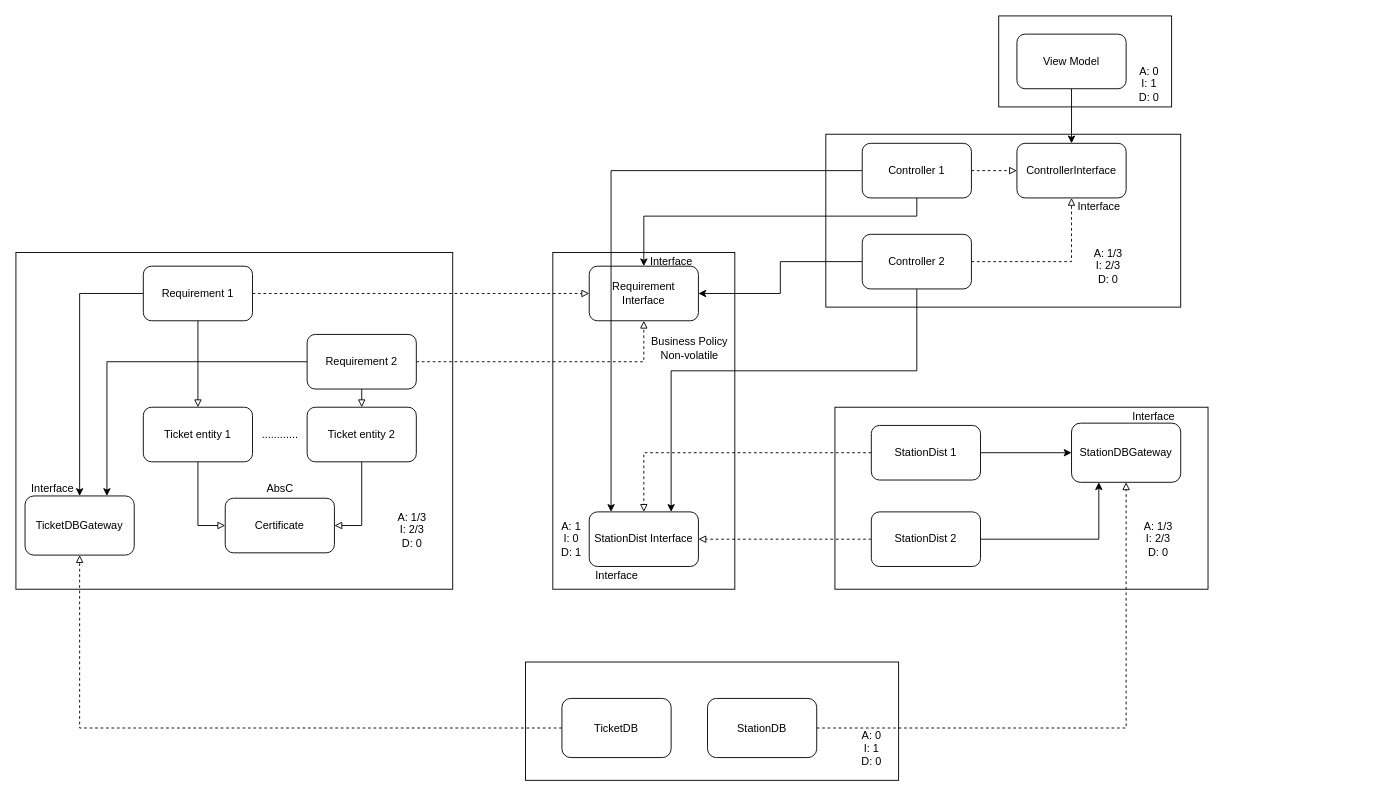
Above: AFC.drawio in piapip/clean-architecture (draw.io), before the change. Source tidied: cells renumbered, new cells numbered last; positions are measured from the earlier drawing's top-left corner, leaving out a move shared by most shapes. Both pictures are drawn from the tidied source at 91%, with x=0, y=0 at pixel (15, 15).
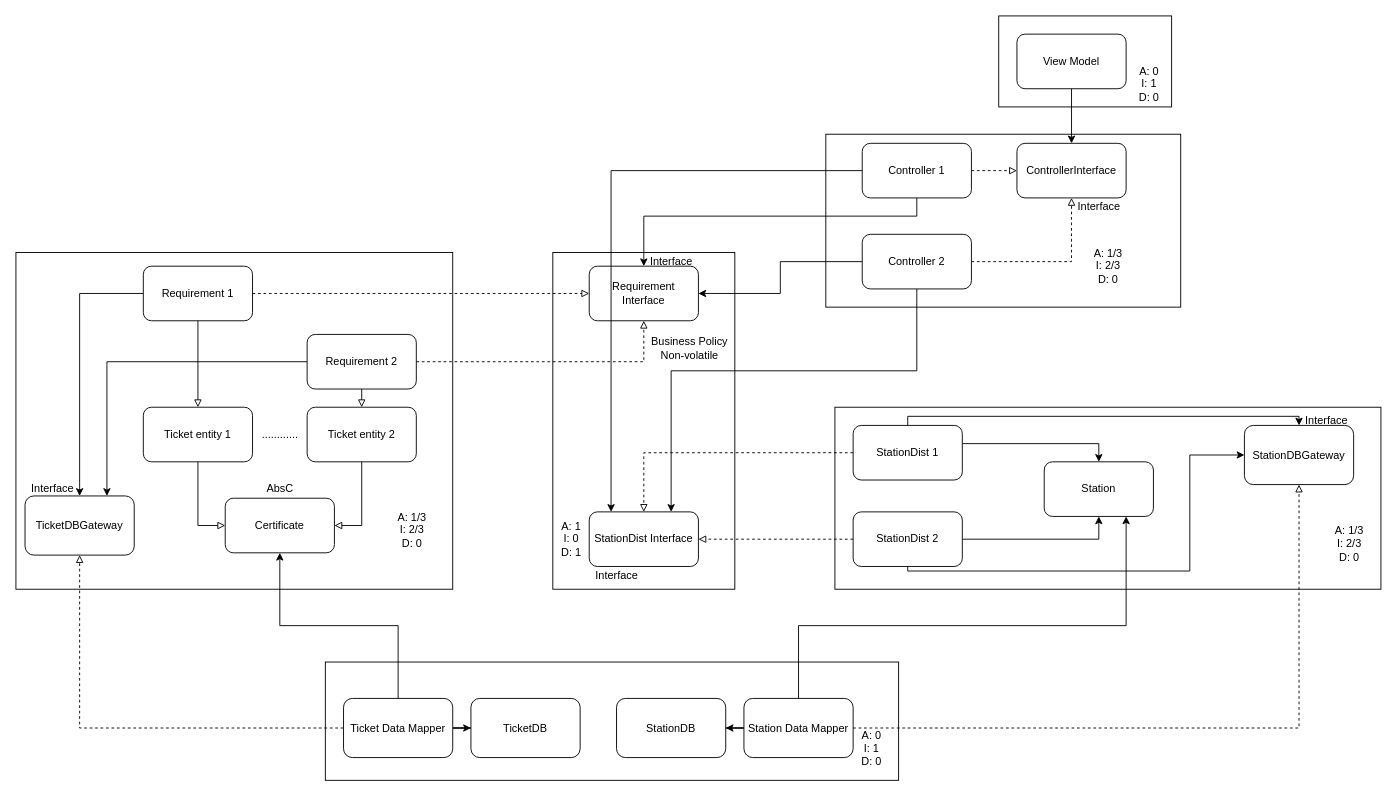
The same page after the edit.

Commit message (it also covers changes not shown here):
Put more details into interfaces, add some entities and update the diagram

The change refers to these unchanged cells:
```xml
<mxCell id="5" value="Certificate" style="rounded=1;whiteSpace=wrap;html=1;" parent="1" vertex="1">
  <mxGeometry x="230" y="530" width="120" height="60" as="geometry" />
</mxCell>
```

The edit, as a diff of the source:
```diff
@@
     <mxCell id="3" style="rounded=0;whiteSpace=wrap;html=1;" parent="1" vertex="1">
-      <mxGeometry x="900" y="430" width="410" height="200" as="geometry" />
+      <mxGeometry x="900" y="430" width="600" height="200" as="geometry" />
     </mxCell>
@@
+    <mxCell id="61" style="edgeStyle=orthogonalEdgeStyle;rounded=0;jettySize=auto;html=1;entryX=0.5;entryY=0;entryDx=0;entryDy=0;" parent="1" edge="1" source="21" target="69">
+      <mxGeometry relative="1" as="geometry">
+        <Array as="points">
+          <mxPoint x="1190" y="470" />
+        </Array>
+      </mxGeometry>
+    </mxCell>
-    <mxCell id="20" style="edgeStyle=orthogonalEdgeStyle;rounded=0;jettySize=auto;html=1;entryX=0;entryY=0.5;entryDx=0;entryDy=0;endArrow=classic;endFill=1;" parent="1" edge="1" source="21" target="38">
-      <mxGeometry relative="1" as="geometry" />
+    <mxCell id="20" style="edgeStyle=orthogonalEdgeStyle;rounded=0;jettySize=auto;html=1;entryX=0.5;entryY=0;entryDx=0;entryDy=0;" parent="1" edge="1" source="21" target="38">
+      <mxGeometry relative="1" as="geometry">
+        <Array as="points">
+          <mxPoint x="980" y="440" />
+          <mxPoint x="1410" y="440" />
+        </Array>
+      </mxGeometry>
     </mxCell>
     <mxCell id="21" value="StationDist 1" style="rounded=1;whiteSpace=wrap;html=1;" parent="1" vertex="1">
-      <mxGeometry x="940" y="450" width="120" height="60" as="geometry" />
+      <mxGeometry x="920" y="450" width="120" height="60" as="geometry" />
     </mxCell>
@@
+    <mxCell id="62" style="edgeStyle=orthogonalEdgeStyle;rounded=0;jettySize=auto;html=1;entryX=0.5;entryY=1;entryDx=0;entryDy=0;" parent="1" edge="1" source="24" target="69">
+      <mxGeometry relative="1" as="geometry" />
+    </mxCell>
-    <mxCell id="23" style="edgeStyle=orthogonalEdgeStyle;rounded=0;jettySize=auto;html=1;endArrow=classic;endFill=1;entryX=0.25;entryY=1;entryDx=0;entryDy=0;" parent="1" edge="1" source="24" target="38">
-      <mxGeometry relative="1" as="geometry" />
+    <mxCell id="23" style="edgeStyle=orthogonalEdgeStyle;rounded=0;jettySize=auto;html=1;entryX=0;entryY=0.5;entryDx=0;entryDy=0;" parent="1" edge="1" source="24" target="38">
+      <mxGeometry relative="1" as="geometry">
+        <Array as="points">
+          <mxPoint x="980" y="610" />
+          <mxPoint x="1290" y="610" />
+          <mxPoint x="1290" y="483" />
+        </Array>
+      </mxGeometry>
     </mxCell>
     <mxCell id="24" value="StationDist 2" style="rounded=1;whiteSpace=wrap;html=1;" parent="1" vertex="1">
-      <mxGeometry x="940" y="545" width="120" height="60" as="geometry" />
+      <mxGeometry x="920" y="545" width="120" height="60" as="geometry" />
     </mxCell>
@@
     <mxCell id="30" value="A: 1/3&lt;br&gt;I: 2/3&lt;br&gt;D: 0" style="text;html=1;align=center;verticalAlign=middle;" parent="1" vertex="1">
-      <mxGeometry x="1230" y="550" width="50" height="50" as="geometry" />
+      <mxGeometry x="1440" y="555" width="50" height="50" as="geometry" />
     </mxCell>
@@
     <mxCell id="35" style="rounded=0;whiteSpace=wrap;html=1;" parent="1" vertex="1">
-      <mxGeometry x="560" y="710" width="410" height="130" as="geometry" />
+      <mxGeometry x="340" y="710" width="630" height="130" as="geometry" />
     </mxCell>
@@
+    <mxCell id="63" style="edgeStyle=orthogonalEdgeStyle;rounded=0;jettySize=auto;html=1;entryX=1;entryY=0.5;entryDx=0;entryDy=0;" parent="1" edge="1" source="37" target="68">
+      <mxGeometry relative="1" as="geometry" />
+    </mxCell>
+    <mxCell id="64" style="edgeStyle=orthogonalEdgeStyle;rounded=0;jettySize=auto;html=1;entryX=0.75;entryY=1;entryDx=0;entryDy=0;" parent="1" edge="1" source="37" target="69">
+      <mxGeometry relative="1" as="geometry">
+        <Array as="points">
+          <mxPoint x="860" y="670" />
+          <mxPoint x="1220" y="670" />
+        </Array>
+      </mxGeometry>
+    </mxCell>
-    <mxCell id="37" value="StationDB" style="rounded=1;whiteSpace=wrap;html=1;" parent="1" vertex="1">
-      <mxGeometry x="760" y="750" width="120" height="65" as="geometry" />
+    <mxCell id="37" value="Station Data Mapper" style="rounded=1;whiteSpace=wrap;html=1;" parent="1" vertex="1">
+      <mxGeometry x="800" y="750" width="120" height="65" as="geometry" />
     </mxCell>
     <mxCell id="38" value="StationDBGateway" style="rounded=1;whiteSpace=wrap;html=1;" parent="1" vertex="1">
-      <mxGeometry x="1160" y="447.5" width="120" height="65" as="geometry" />
+      <mxGeometry x="1350" y="450" width="120" height="65" as="geometry" />
     </mxCell>
     <mxCell id="39" value="Interface" style="text;html=1;align=center;verticalAlign=middle;" parent="1" vertex="1">
-      <mxGeometry x="1220" y="430" width="60" height="20" as="geometry" />
+      <mxGeometry x="1410" y="435" width="60" height="20" as="geometry" />
     </mxCell>
@@
+    <mxCell id="65" style="edgeStyle=orthogonalEdgeStyle;rounded=0;jettySize=auto;html=1;entryX=0;entryY=0.5;entryDx=0;entryDy=0;" parent="1" edge="1" source="41" target="67">
+      <mxGeometry relative="1" as="geometry" />
+    </mxCell>
+    <mxCell id="66" style="edgeStyle=orthogonalEdgeStyle;rounded=0;jettySize=auto;html=1;entryX=0.5;entryY=1;entryDx=0;entryDy=0;" parent="1" edge="1" source="41" target="5">
+      <mxGeometry relative="1" as="geometry">
+        <Array as="points">
+          <mxPoint x="420" y="670" />
+          <mxPoint x="290" y="670" />
+        </Array>
+      </mxGeometry>
+    </mxCell>
-    <mxCell id="41" value="TicketDB" style="rounded=1;whiteSpace=wrap;html=1;" parent="1" vertex="1">
-      <mxGeometry x="600" y="750" width="120" height="65" as="geometry" />
+    <mxCell id="41" value="Ticket Data Mapper" style="rounded=1;whiteSpace=wrap;html=1;" parent="1" vertex="1">
+      <mxGeometry x="360" y="750" width="120" height="65" as="geometry" />
     </mxCell>
@@
+    <mxCell id="67" value="TicketDB" style="rounded=1;whiteSpace=wrap;html=1;" parent="1" vertex="1">
+      <mxGeometry x="500" y="750" width="120" height="65" as="geometry" />
+    </mxCell>
+    <mxCell id="68" value="StationDB" style="rounded=1;whiteSpace=wrap;html=1;" parent="1" vertex="1">
+      <mxGeometry x="660" y="750" width="120" height="65" as="geometry" />
+    </mxCell>
+    <mxCell id="69" value="Station" style="rounded=1;whiteSpace=wrap;html=1;" parent="1" vertex="1">
+      <mxGeometry x="1130" y="490" width="120" height="60" as="geometry" />
+    </mxCell>
```
